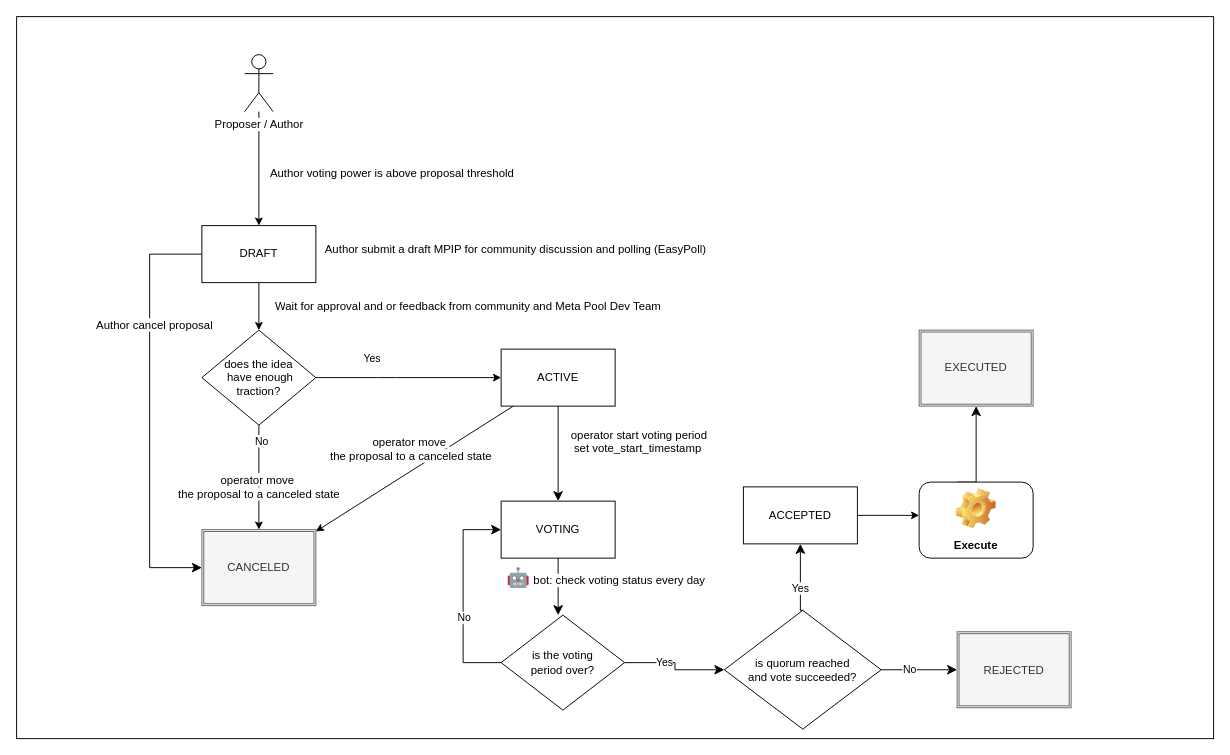
The draw.io diagram media/mpip-process.drawio in Meta-Pool/meta-vote-contracts, before the edit. Source tidied: cells renumbered, new cells numbered last; positions are measured from the earlier drawing's top-left corner, leaving out a move shared by most shapes. Both pictures are drawn from the tidied source at 95%, with x=0, y=0 at pixel (16, 16).
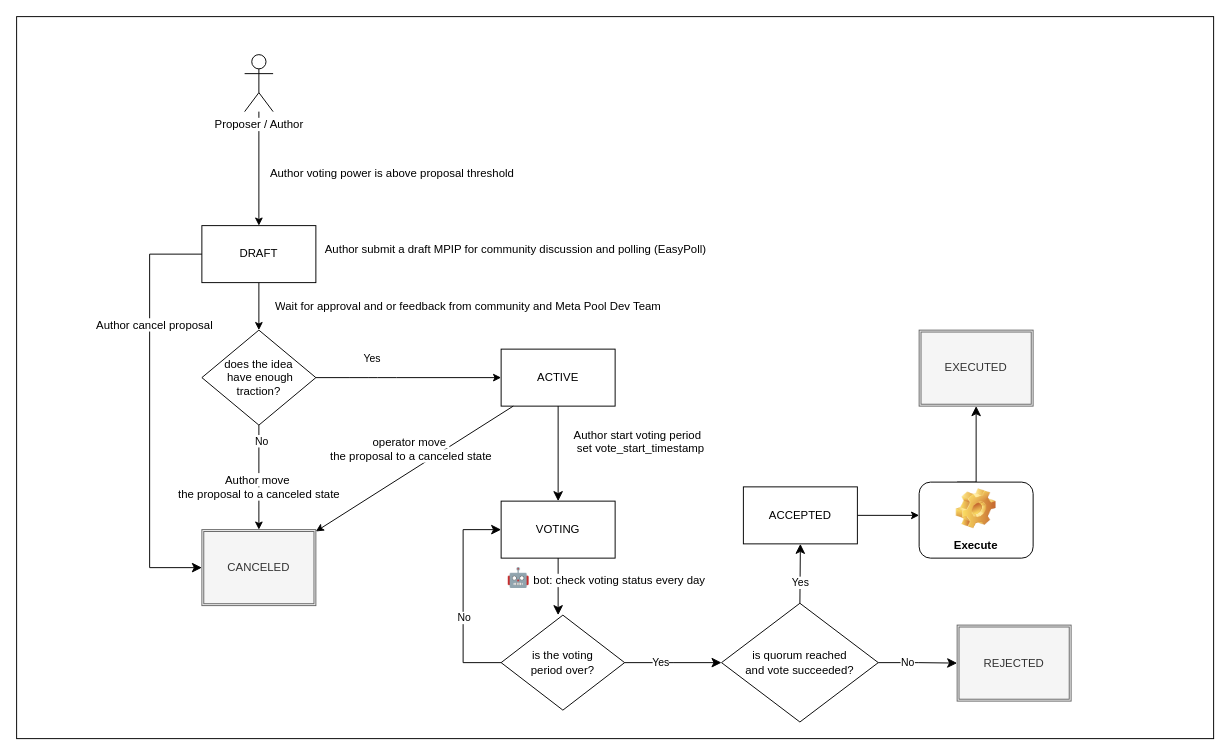
After the change.

Commit message (it also covers changes not shown here):
update mpip workflow

What changed in the source:
```diff
@@
-    <mxCell id="13" value="&lt;div style=&quot;&quot;&gt;&lt;font color=&quot;#000000&quot;&gt;&lt;span style=&quot;background-color: rgb(255, 255, 255);&quot;&gt;operator move&amp;nbsp;&lt;/span&gt;&lt;/font&gt;&lt;/div&gt;&lt;div style=&quot;&quot;&gt;&lt;font color=&quot;#000000&quot;&gt;&lt;span style=&quot;background-color: rgb(255, 255, 255);&quot;&gt;the proposal to a canceled state&lt;/span&gt;&lt;/font&gt;&lt;/div&gt;" style="text;html=1;align=center;verticalAlign=middle;fillColor=none;strokeColor=none;rounded=0;" parent="1" vertex="1">
+    <mxCell id="13" value="&lt;div style=&quot;&quot;&gt;&lt;font color=&quot;#000000&quot;&gt;&lt;span style=&quot;background-color: rgb(255, 255, 255);&quot;&gt;Author move&amp;nbsp;&lt;/span&gt;&lt;/font&gt;&lt;/div&gt;&lt;div style=&quot;&quot;&gt;&lt;font color=&quot;#000000&quot;&gt;&lt;span style=&quot;background-color: rgb(255, 255, 255);&quot;&gt;the proposal to a canceled state&lt;/span&gt;&lt;/font&gt;&lt;/div&gt;" style="text;html=1;align=center;verticalAlign=middle;fillColor=none;strokeColor=none;rounded=0;" parent="1" vertex="1">
       <mxGeometry x="160" y="475" width="190" height="40" as="geometry" />
     </mxCell>
@@
-    <mxCell id="21" value="&lt;div style=&quot;text-align: left;&quot;&gt;&lt;font color=&quot;#000000&quot;&gt;&lt;span style=&quot;background-color: rgb(255, 255, 255);&quot;&gt;operator start voting period&lt;br&gt;&lt;/span&gt;&lt;/font&gt;&lt;span style=&quot;background-color: rgb(255, 255, 255); color: rgb(0, 0, 0);&quot;&gt;&amp;nbsp;set vote_start_timestamp&lt;/span&gt;&lt;/div&gt;&lt;div&gt;&lt;span style=&quot;background-color: rgb(255, 255, 255); color: rgb(0, 0, 0);&quot;&gt;&lt;br&gt;&lt;/span&gt;&lt;/div&gt;" style="text;html=1;align=center;verticalAlign=middle;fillColor=none;strokeColor=none;rounded=0;" parent="1" vertex="1">
-      <mxGeometry x="570" y="425" width="170" height="60" as="geometry" />
+    <mxCell id="21" value="&lt;div style=&quot;text-align: left;&quot;&gt;&lt;font color=&quot;#000000&quot;&gt;&lt;span style=&quot;background-color: rgb(255, 255, 255);&quot;&gt;Author start voting period&lt;br&gt;&lt;/span&gt;&lt;/font&gt;&lt;span style=&quot;background-color: rgb(255, 255, 255); color: rgb(0, 0, 0);&quot;&gt;&amp;nbsp;set vote_start_timestamp&lt;/span&gt;&lt;/div&gt;&lt;div&gt;&lt;span style=&quot;background-color: rgb(255, 255, 255); color: rgb(0, 0, 0);&quot;&gt;&lt;br&gt;&lt;/span&gt;&lt;/div&gt;" style="text;html=1;align=center;verticalAlign=middle;fillColor=none;strokeColor=none;rounded=0;" parent="1" vertex="1">
+      <mxGeometry x="575" y="425" width="160" height="60" as="geometry" />
     </mxCell>
@@
     <mxCell id="27" value="&lt;font color=&quot;#000000&quot;&gt;is quorum reached &lt;br&gt;and vote&amp;nbsp;succeeded?&lt;/font&gt;" style="rhombus;whiteSpace=wrap;html=1;fillColor=#FFFFFF;strokeColor=#000000;" parent="1" vertex="1">
-      <mxGeometry x="745" y="625" width="165" height="125" as="geometry" />
+      <mxGeometry x="742" y="617.5" width="165" height="125" as="geometry" />
     </mxCell>
@@
     <mxCell id="33" value="REJECTED" style="shape=ext;double=1;rounded=0;whiteSpace=wrap;html=1;fillColor=#f5f5f5;fontColor=#333333;strokeColor=#666666;" parent="1" vertex="1">
-      <mxGeometry x="990" y="647.5" width="120" height="80" as="geometry" />
+      <mxGeometry x="990" y="640.5" width="120" height="80" as="geometry" />
     </mxCell>
```
